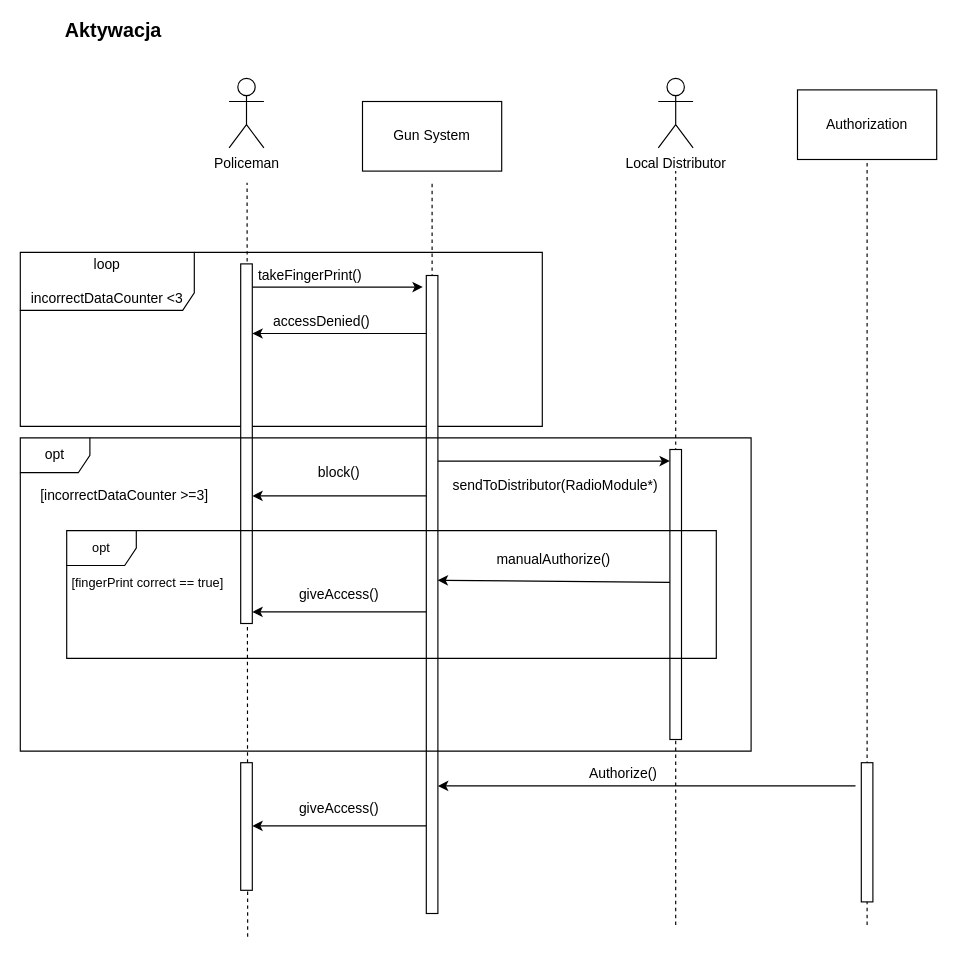
mardyr/UML-and-diagrams keeps this draw.io diagram as sequence_diagram_1.drawio. Above is the earlier version. Source tidied: cells renumbered, new cells numbered last; positions are measured from the earlier drawing's top-left corner, leaving out a move shared by most shapes. Both pictures are drawn from the tidied source at 116%, with x=0, y=0 at pixel (20, 20).
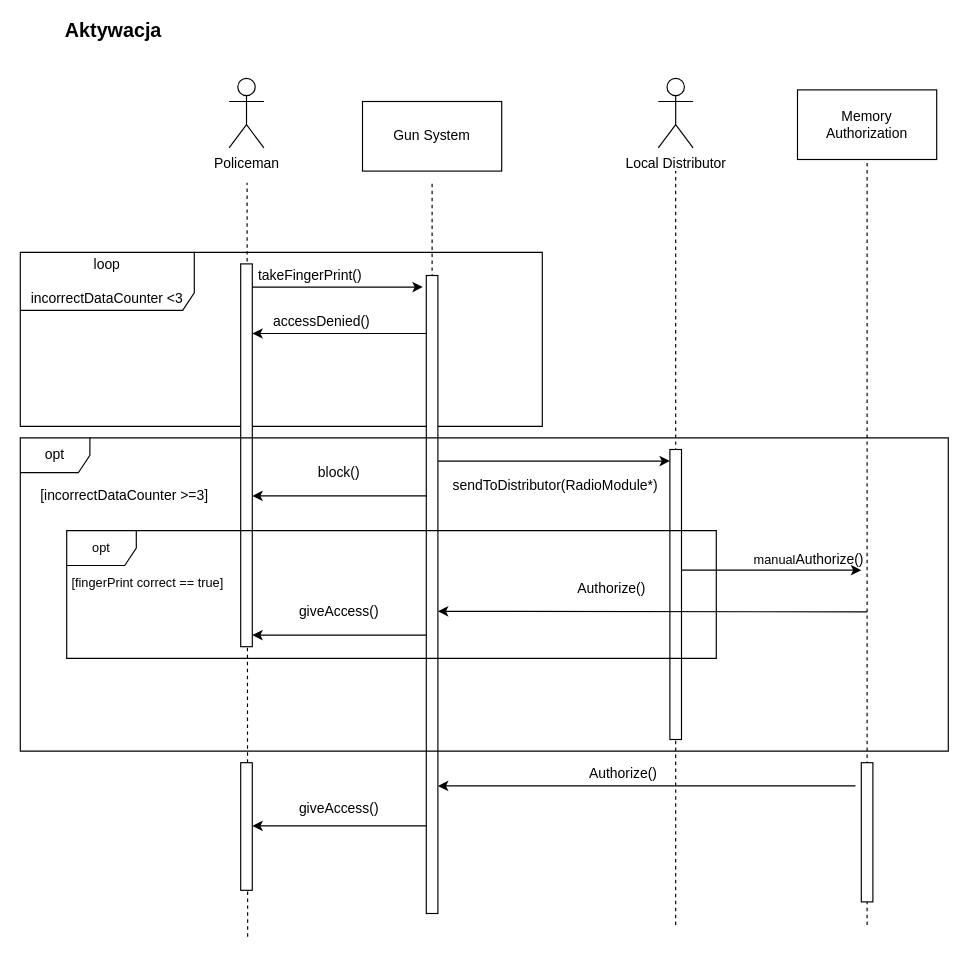
The same diagram, later.

The change refers to these unchanged cells:
```xml
<mxCell id="23" value="opt" style="shape=umlFrame;whiteSpace=wrap;html=1;fontSize=11;" parent="1" vertex="1">
  <mxGeometry x="40" y="440" width="560" height="110" as="geometry" />
</mxCell>
```

Change to the diagram source:
```diff
@@
     <mxCell id="8" style="html=1;perimeter=orthogonalPerimeter;" parent="1" vertex="1">
-      <mxGeometry x="190" y="210" width="10" height="310" as="geometry" />
+      <mxGeometry x="190" y="210" width="10" height="330" as="geometry" />
     </mxCell>
@@
     <mxCell id="15" value="opt" style="shape=umlFrame;whiteSpace=wrap;html=1;" parent="1" vertex="1">
-      <mxGeometry y="360" width="630" height="270" as="geometry" />
+      <mxGeometry y="360" width="800" height="270" as="geometry" />
     </mxCell>
@@
-    <mxCell id="25" style="endArrow=classic;html=1;fontSize=11;entryX=0.571;entryY=0.389;entryDx=0;entryDy=0;entryPerimeter=0;" parent="1" edge="1" target="23">
+    <mxCell id="25" style="endArrow=classic;html=1;fontSize=11;" parent="1" edge="1">
       <mxGeometry relative="1" as="geometry">
-        <mxPoint x="560" y="484.5" as="sourcePoint" />
+        <mxPoint x="570" y="474" as="sourcePoint" />
+        <mxPoint x="725" y="474" as="targetPoint" />
       </mxGeometry>
     </mxCell>
-    <mxCell id="26" value="&lt;font style=&quot;font-size: 12px&quot;&gt;manual&lt;font style=&quot;font-size: 12px&quot;&gt;Authorize()&lt;/font&gt;&lt;/font&gt;" style="text;html=1;strokeColor=none;fillColor=none;align=center;verticalAlign=middle;whiteSpace=wrap;rounded=0;fontSize=11;" parent="1" vertex="1">
-      <mxGeometry x="440" y="455" width="40" height="20" as="geometry" />
+    <mxCell id="26" value="manual&lt;font style=&quot;font-size: 12px&quot;&gt;Authorize()&lt;/font&gt;" style="text;html=1;strokeColor=none;fillColor=none;align=center;verticalAlign=middle;whiteSpace=wrap;rounded=0;fontSize=11;" parent="1" vertex="1">
+      <mxGeometry x="660" y="455" width="40" height="20" as="geometry" />
     </mxCell>
     <mxCell id="27" style="endArrow=classic;html=1;" parent="1" edge="1">
       <mxGeometry relative="1" as="geometry">
-        <mxPoint x="350" y="510" as="sourcePoint" />
-        <mxPoint x="200" y="510" as="targetPoint" />
+        <mxPoint x="350" y="530" as="sourcePoint" />
+        <mxPoint x="200" y="530" as="targetPoint" />
       </mxGeometry>
     </mxCell>
     <mxCell id="28" value="&lt;font style=&quot;font-size: 12px&quot;&gt;giveAccess()&lt;/font&gt;" style="text;html=1;strokeColor=none;fillColor=none;align=center;verticalAlign=middle;whiteSpace=wrap;rounded=0;fontSize=11;" parent="1" vertex="1">
-      <mxGeometry x="255" y="485" width="40" height="20" as="geometry" />
+      <mxGeometry x="255" y="500" width="40" height="20" as="geometry" />
     </mxCell>
-    <mxCell id="29" value="Authorization" style="rounded=0;whiteSpace=wrap;html=1;" parent="1" vertex="1">
+    <mxCell id="29" value="&lt;div&gt;Memory&lt;/div&gt;&lt;div&gt;Authorization&lt;/div&gt;" style="rounded=0;whiteSpace=wrap;html=1;" parent="1" vertex="1">
       <mxGeometry x="670" y="60" width="120" height="60" as="geometry" />
     </mxCell>
@@
+    <mxCell id="37" style="endArrow=classic;html=1;fontSize=11;entryX=0.571;entryY=0.389;entryDx=0;entryDy=0;entryPerimeter=0;" parent="1" edge="1">
+      <mxGeometry relative="1" as="geometry">
+        <mxPoint x="730" y="510" as="sourcePoint" />
+        <mxPoint x="360" y="509.5" as="targetPoint" />
+      </mxGeometry>
+    </mxCell>
+    <mxCell id="38" value="&lt;font style=&quot;font-size: 12px&quot;&gt;Authorize()&lt;/font&gt;" style="text;html=1;strokeColor=none;fillColor=none;align=center;verticalAlign=middle;whiteSpace=wrap;rounded=0;fontSize=11;" parent="1" vertex="1">
+      <mxGeometry x="490" y="480" width="40" height="20" as="geometry" />
+    </mxCell>
```
